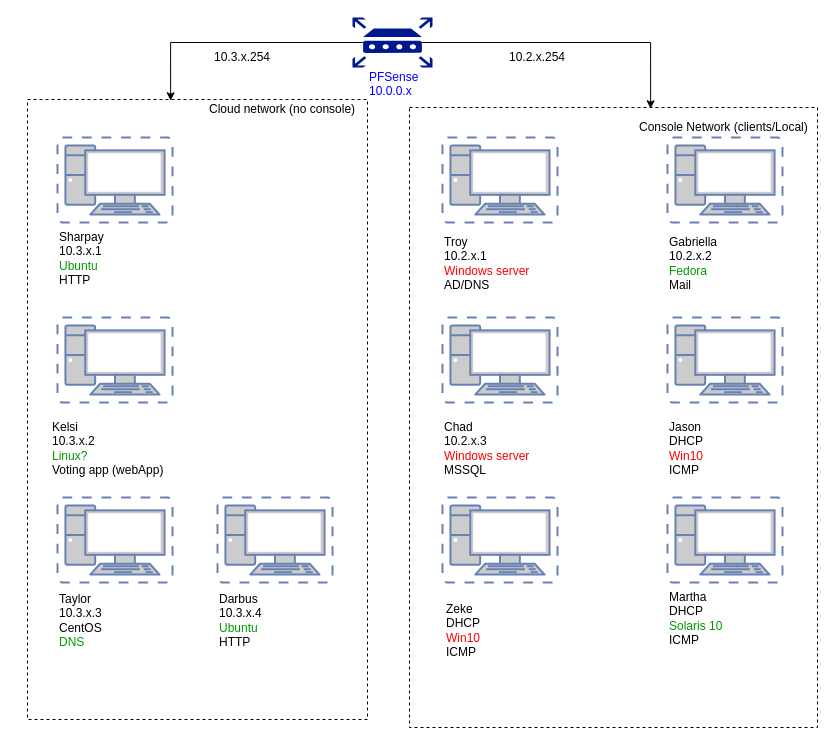
Earlier version of the draw.io diagram IRSEC2019.drawio (Bad3r/IRSEC2019-BlueTeam). Source tidied: cells renumbered, new cells numbered last; positions are measured from the earlier drawing's top-left corner, leaving out a move shared by most shapes. Both pictures are drawn from the tidied source at 100%, with x=0, y=0 at pixel (27, 17).
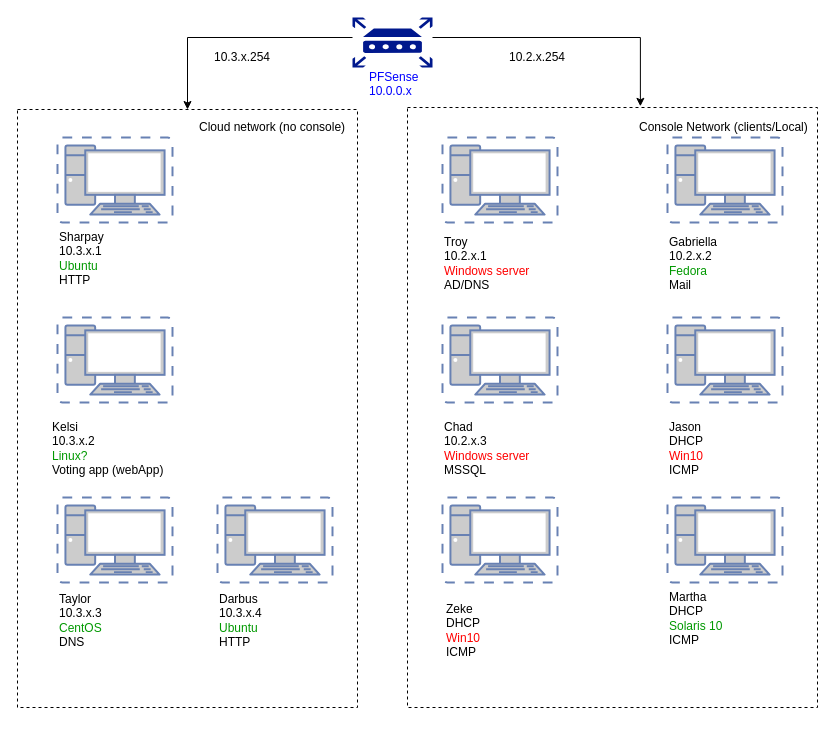
The same diagram, later.

The change refers to these unchanged cells:
```xml
<mxCell id="4" style="shadow=0;dashed=0;html=1;strokeColor=none;labelPosition=center;verticalLabelPosition=bottom;verticalAlign=top;align=center;shape=mxgraph.mscae.enterprise.router;fillColor=#00188D;" parent="1" vertex="1">
  <mxGeometry x="325" width="80" height="50" as="geometry" />
</mxCell>
```

Change to the diagram source:
```diff
@@
+    <mxCell id="3" style="edgeStyle=orthogonalEdgeStyle;rounded=0;jettySize=auto;html=1;entryX=0.5;entryY=0;entryDx=0;entryDy=0;" parent="1" edge="1" source="4" target="28">
+      <mxGeometry relative="1" as="geometry">
+        <Array as="points">
+          <mxPoint x="160" y="20" />
+        </Array>
+      </mxGeometry>
+    </mxCell>
-    <mxCell id="2" style="edgeStyle=orthogonalEdgeStyle;rounded=0;jettySize=auto;html=1;exitX=0.87;exitY=0.5;exitDx=0;exitDy=0;exitPerimeter=0;entryX=0.591;entryY=0.002;entryDx=0;entryDy=0;entryPerimeter=0;" parent="1" edge="1" source="4" target="30">
+    <mxCell id="2" style="edgeStyle=orthogonalEdgeStyle;rounded=0;jettySize=auto;html=1;entryX=0.568;entryY=-0.002;entryDx=0;entryDy=0;entryPerimeter=0;" parent="1" edge="1" source="4" target="30">
       <mxGeometry relative="1" as="geometry">
         <Array as="points">
-          <mxPoint x="623" y="25" />
+          <mxPoint x="613" y="20" />
         </Array>
       </mxGeometry>
     </mxCell>
-    <mxCell id="3" style="edgeStyle=orthogonalEdgeStyle;rounded=0;jettySize=auto;html=1;exitX=0.13;exitY=0.5;exitDx=0;exitDy=0;exitPerimeter=0;entryX=0.421;entryY=0.002;entryDx=0;entryDy=0;entryPerimeter=0;" parent="1" edge="1" source="4" target="28">
-      <mxGeometry relative="1" as="geometry">
-        <Array as="points">
-          <mxPoint x="143" y="25" />
-        </Array>
-      </mxGeometry>
-    </mxCell>
@@
-    <mxCell id="26" value="&lt;div&gt;Taylor&lt;/div&gt;&lt;div&gt;10.3.x.3&lt;/div&gt;&lt;div&gt;CentOS&lt;/div&gt;&lt;div&gt;&lt;font color=&quot;#009900&quot;&gt;DNS&lt;/font&gt;&lt;br&gt;&lt;/div&gt;" style="text;html=1;align=left;verticalAlign=top;spacingTop=-4;" parent="1" vertex="1">
+    <mxCell id="26" value="&lt;div&gt;Taylor&lt;/div&gt;&lt;div&gt;10.3.x.3&lt;/div&gt;&lt;div&gt;&lt;font color=&quot;#009900&quot;&gt;CentOS&lt;/font&gt;&lt;/div&gt;&lt;div&gt;DNS&lt;br&gt;&lt;/div&gt;" style="text;html=1;align=left;verticalAlign=top;spacingTop=-4;" parent="1" vertex="1">
       <mxGeometry x="30" y="572" width="60" height="60" as="geometry" />
     </mxCell>
@@
     <mxCell id="28" style="rounded=0;whiteSpace=wrap;html=1;dashed=1;fillColor=none;" parent="1" vertex="1">
-      <mxGeometry y="82" width="340" height="620" as="geometry" />
+      <mxGeometry x="-10" y="92" width="340" height="598" as="geometry" />
     </mxCell>
     <mxCell id="29" value="Cloud network (no console)" style="text;html=1;align=left;verticalAlign=top;spacingTop=-4;" parent="1" vertex="1">
-      <mxGeometry x="180" y="82" width="160" height="20" as="geometry" />
+      <mxGeometry x="170" y="100" width="160" height="20" as="geometry" />
     </mxCell>
     <mxCell id="30" style="rounded=0;whiteSpace=wrap;html=1;dashed=1;fillColor=none;" parent="1" vertex="1">
-      <mxGeometry x="382" y="90" width="408" height="620" as="geometry" />
+      <mxGeometry x="380" y="90" width="410" height="600" as="geometry" />
     </mxCell>
```
